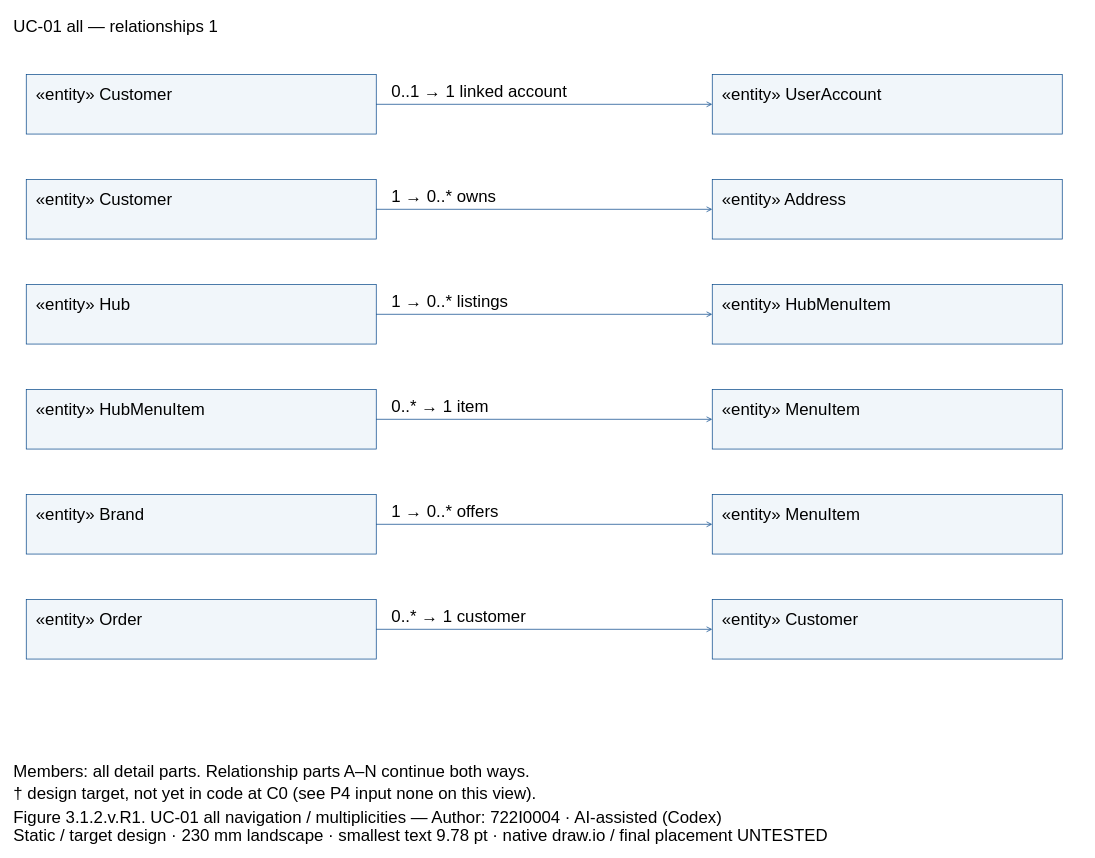
Above: models/UC-01/dcd_uc01_all_links_PartA.drawio in Dat071104/SaigonBite (draw.io), before the change. Source tidied: cells renumbered, new cells numbered last; positions are measured from the earlier drawing's top-left corner, leaving out a move shared by most shapes. Both pictures are drawn from the tidied source at 70%, with x=0, y=0 at pixel (12, 12).
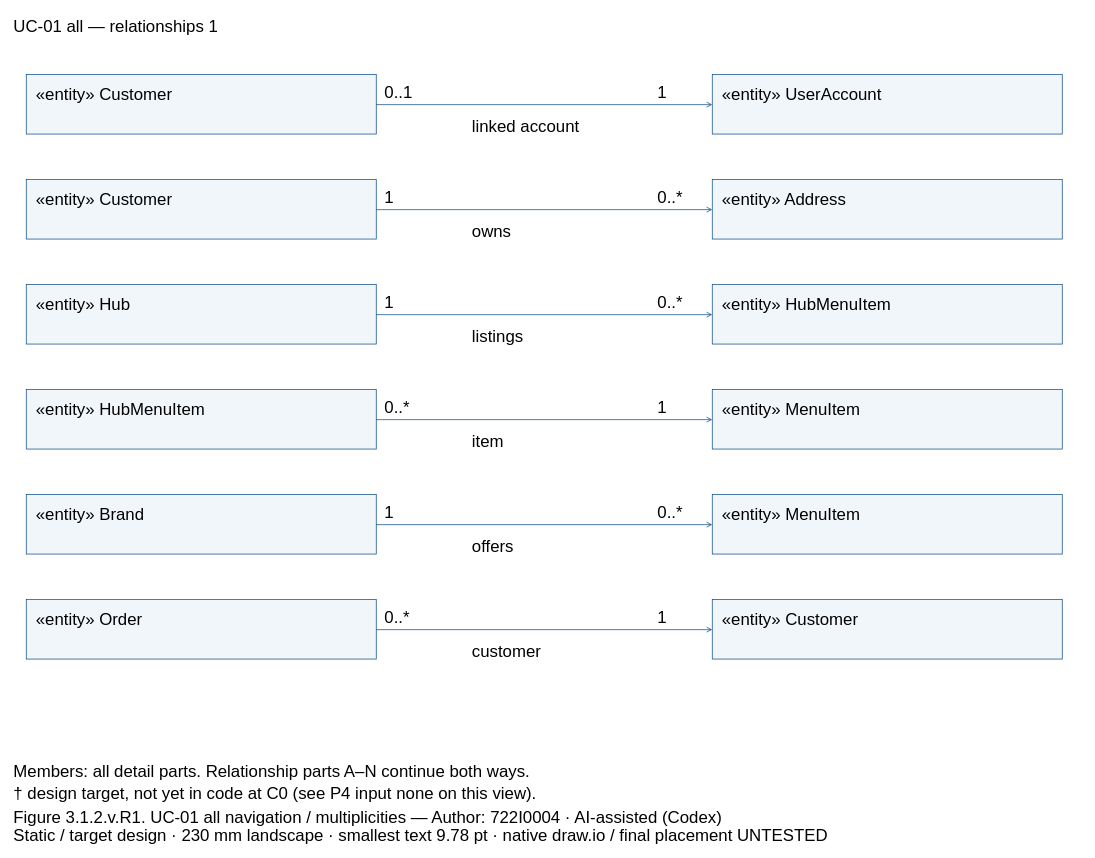
The same page after the edit.

The change refers to these unchanged cells:
```xml
<mxCell id="3" style="fillColor=#F1F6FA;strokeColor=#004387;fontFamily=Arial;fontSize=24;whiteSpace=wrap;html=0;" parent="1" vertex="1">
  <mxGeometry x="20" y="89" width="500" height="85" as="geometry" />
</mxCell>
<mxCell id="5" style="fillColor=#F1F6FA;strokeColor=#004387;fontFamily=Arial;fontSize=24;whiteSpace=wrap;html=0;" parent="1" vertex="1">
  <mxGeometry x="1000" y="89" width="500" height="85" as="geometry" />
</mxCell>
<mxCell id="7" style="fillColor=#F1F6FA;strokeColor=#004387;fontFamily=Arial;fontSize=24;whiteSpace=wrap;html=0;" parent="1" vertex="1">
  <mxGeometry x="20" y="239" width="500" height="85" as="geometry" />
</mxCell>
<mxCell id="9" style="fillColor=#F1F6FA;strokeColor=#004387;fontFamily=Arial;fontSize=24;whiteSpace=wrap;html=0;" parent="1" vertex="1">
  <mxGeometry x="1000" y="239" width="500" height="85" as="geometry" />
</mxCell>
<mxCell id="11" style="fillColor=#F1F6FA;strokeColor=#004387;fontFamily=Arial;fontSize=24;whiteSpace=wrap;html=0;" parent="1" vertex="1">
  <mxGeometry x="20" y="389" width="500" height="85" as="geometry" />
</mxCell>
<mxCell id="13" style="fillColor=#F1F6FA;strokeColor=#004387;fontFamily=Arial;fontSize=24;whiteSpace=wrap;html=0;" parent="1" vertex="1">
  <mxGeometry x="1000" y="389" width="500" height="85" as="geometry" />
</mxCell>
<mxCell id="15" style="fillColor=#F1F6FA;strokeColor=#004387;fontFamily=Arial;fontSize=24;whiteSpace=wrap;html=0;" parent="1" vertex="1">
  <mxGeometry x="20" y="539" width="500" height="85" as="geometry" />
</mxCell>
<mxCell id="17" style="fillColor=#F1F6FA;strokeColor=#004387;fontFamily=Arial;fontSize=24;whiteSpace=wrap;html=0;" parent="1" vertex="1">
  <mxGeometry x="1000" y="539" width="500" height="85" as="geometry" />
</mxCell>
<mxCell id="19" style="fillColor=#F1F6FA;strokeColor=#004387;fontFamily=Arial;fontSize=24;whiteSpace=wrap;html=0;" parent="1" vertex="1">
  <mxGeometry x="20" y="689" width="500" height="85" as="geometry" />
</mxCell>
<mxCell id="21" style="fillColor=#F1F6FA;strokeColor=#004387;fontFamily=Arial;fontSize=24;whiteSpace=wrap;html=0;" parent="1" vertex="1">
  <mxGeometry x="1000" y="689" width="500" height="85" as="geometry" />
</mxCell>
<mxCell id="23" style="fillColor=#F1F6FA;strokeColor=#004387;fontFamily=Arial;fontSize=24;whiteSpace=wrap;html=0;" parent="1" vertex="1">
  <mxGeometry x="20" y="839" width="500" height="85" as="geometry" />
</mxCell>
<mxCell id="25" style="fillColor=#F1F6FA;strokeColor=#004387;fontFamily=Arial;fontSize=24;whiteSpace=wrap;html=0;" parent="1" vertex="1">
  <mxGeometry x="1000" y="839" width="500" height="85" as="geometry" />
</mxCell>
```

Change to the diagram source:
```diff
@@
-    <mxCell id="27" style="edgeStyle=none;endArrow=open;strokeColor=#004387;" parent="1" edge="1" source="3" target="5">
+    <mxCell id="27" style="edgeStyle=none;endArrow=open;endFill=0;strokeColor=#004387;exitX=1.0;exitY=0.5058823529411764;exitPerimeter=0;entryX=0.0;entryY=0.5058823529411764;entryPerimeter=0;" parent="1" edge="1" source="3" target="5">
       <mxGeometry relative="1" as="geometry" />
     </mxCell>
-    <mxCell id="28" value="0..1 → 1 linked account" style="text;align=left;verticalAlign=top;strokeColor=none;fillColor=none;fontFamily=Arial;fontSize=24;whiteSpace=wrap;html=0;" parent="1" vertex="1">
-      <mxGeometry x="540" y="93" width="440" height="27.6" as="geometry" />
-    </mxCell>
+    <mxCell id="43" value="0..1" style="text;align=left;verticalAlign=top;strokeColor=none;fillColor=none;fontFamily=Arial;fontSize=24;whiteSpace=wrap;html=0;" parent="1" vertex="1">
+      <mxGeometry x="530" y="94" width="70" height="27.6" as="geometry" />
+    </mxCell>
+    <mxCell id="44" value="1" style="text;align=left;verticalAlign=top;strokeColor=none;fillColor=none;fontFamily=Arial;fontSize=24;whiteSpace=wrap;html=0;" parent="1" vertex="1">
+      <mxGeometry x="920" y="94" width="70" height="27.6" as="geometry" />
+    </mxCell>
+    <mxCell id="45" value="linked account" style="text;align=left;verticalAlign=top;strokeColor=none;fillColor=none;fontFamily=Arial;fontSize=24;whiteSpace=wrap;html=0;" parent="1" vertex="1">
+      <mxGeometry x="655" y="142" width="330" height="27.6" as="geometry" />
+    </mxCell>
-    <mxCell id="29" style="edgeStyle=none;endArrow=open;strokeColor=#004387;" parent="1" edge="1" source="7" target="9">
+    <mxCell id="29" style="edgeStyle=none;endArrow=open;endFill=0;strokeColor=#004387;exitX=1.0;exitY=0.5058823529411764;exitPerimeter=0;entryX=0.0;entryY=0.5058823529411764;entryPerimeter=0;" parent="1" edge="1" source="7" target="9">
       <mxGeometry relative="1" as="geometry" />
     </mxCell>
-    <mxCell id="30" value="1 → 0..* owns" style="text;align=left;verticalAlign=top;strokeColor=none;fillColor=none;fontFamily=Arial;fontSize=24;whiteSpace=wrap;html=0;" parent="1" vertex="1">
-      <mxGeometry x="540" y="243" width="440" height="27.6" as="geometry" />
-    </mxCell>
+    <mxCell id="46" value="1" style="text;align=left;verticalAlign=top;strokeColor=none;fillColor=none;fontFamily=Arial;fontSize=24;whiteSpace=wrap;html=0;" parent="1" vertex="1">
+      <mxGeometry x="530" y="244" width="70" height="27.6" as="geometry" />
+    </mxCell>
+    <mxCell id="47" value="0..*" style="text;align=left;verticalAlign=top;strokeColor=none;fillColor=none;fontFamily=Arial;fontSize=24;whiteSpace=wrap;html=0;" parent="1" vertex="1">
+      <mxGeometry x="920" y="244" width="70" height="27.6" as="geometry" />
+    </mxCell>
+    <mxCell id="48" value="owns" style="text;align=left;verticalAlign=top;strokeColor=none;fillColor=none;fontFamily=Arial;fontSize=24;whiteSpace=wrap;html=0;" parent="1" vertex="1">
+      <mxGeometry x="655" y="292" width="330" height="27.6" as="geometry" />
+    </mxCell>
-    <mxCell id="31" style="edgeStyle=none;endArrow=open;strokeColor=#004387;" parent="1" edge="1" source="11" target="13">
+    <mxCell id="31" style="edgeStyle=none;endArrow=open;endFill=0;strokeColor=#004387;exitX=1.0;exitY=0.5058823529411764;exitPerimeter=0;entryX=0.0;entryY=0.5058823529411764;entryPerimeter=0;" parent="1" edge="1" source="11" target="13">
       <mxGeometry relative="1" as="geometry" />
     </mxCell>
-    <mxCell id="32" value="1 → 0..* listings" style="text;align=left;verticalAlign=top;strokeColor=none;fillColor=none;fontFamily=Arial;fontSize=24;whiteSpace=wrap;html=0;" parent="1" vertex="1">
-      <mxGeometry x="540" y="393" width="440" height="27.6" as="geometry" />
-    </mxCell>
+    <mxCell id="49" value="1" style="text;align=left;verticalAlign=top;strokeColor=none;fillColor=none;fontFamily=Arial;fontSize=24;whiteSpace=wrap;html=0;" parent="1" vertex="1">
+      <mxGeometry x="530" y="394" width="70" height="27.6" as="geometry" />
+    </mxCell>
+    <mxCell id="50" value="0..*" style="text;align=left;verticalAlign=top;strokeColor=none;fillColor=none;fontFamily=Arial;fontSize=24;whiteSpace=wrap;html=0;" parent="1" vertex="1">
+      <mxGeometry x="920" y="394" width="70" height="27.6" as="geometry" />
+    </mxCell>
+    <mxCell id="51" value="listings" style="text;align=left;verticalAlign=top;strokeColor=none;fillColor=none;fontFamily=Arial;fontSize=24;whiteSpace=wrap;html=0;" parent="1" vertex="1">
+      <mxGeometry x="655" y="442" width="330" height="27.6" as="geometry" />
+    </mxCell>
-    <mxCell id="33" style="edgeStyle=none;endArrow=open;strokeColor=#004387;" parent="1" edge="1" source="15" target="17">
+    <mxCell id="33" style="edgeStyle=none;endArrow=open;endFill=0;strokeColor=#004387;exitX=1.0;exitY=0.5058823529411764;exitPerimeter=0;entryX=0.0;entryY=0.5058823529411764;entryPerimeter=0;" parent="1" edge="1" source="15" target="17">
       <mxGeometry relative="1" as="geometry" />
     </mxCell>
-    <mxCell id="34" value="0..* → 1 item" style="text;align=left;verticalAlign=top;strokeColor=none;fillColor=none;fontFamily=Arial;fontSize=24;whiteSpace=wrap;html=0;" parent="1" vertex="1">
-      <mxGeometry x="540" y="543" width="440" height="27.6" as="geometry" />
-    </mxCell>
+    <mxCell id="52" value="0..*" style="text;align=left;verticalAlign=top;strokeColor=none;fillColor=none;fontFamily=Arial;fontSize=24;whiteSpace=wrap;html=0;" parent="1" vertex="1">
+      <mxGeometry x="530" y="544" width="70" height="27.6" as="geometry" />
+    </mxCell>
+    <mxCell id="53" value="1" style="text;align=left;verticalAlign=top;strokeColor=none;fillColor=none;fontFamily=Arial;fontSize=24;whiteSpace=wrap;html=0;" parent="1" vertex="1">
+      <mxGeometry x="920" y="544" width="70" height="27.6" as="geometry" />
+    </mxCell>
+    <mxCell id="54" value="item" style="text;align=left;verticalAlign=top;strokeColor=none;fillColor=none;fontFamily=Arial;fontSize=24;whiteSpace=wrap;html=0;" parent="1" vertex="1">
+      <mxGeometry x="655" y="592" width="330" height="27.6" as="geometry" />
+    </mxCell>
-    <mxCell id="35" style="edgeStyle=none;endArrow=open;strokeColor=#004387;" parent="1" edge="1" source="19" target="21">
+    <mxCell id="35" style="edgeStyle=none;endArrow=open;endFill=0;strokeColor=#004387;exitX=1.0;exitY=0.5058823529411764;exitPerimeter=0;entryX=0.0;entryY=0.5058823529411764;entryPerimeter=0;" parent="1" edge="1" source="19" target="21">
       <mxGeometry relative="1" as="geometry" />
     </mxCell>
-    <mxCell id="36" value="1 → 0..* offers" style="text;align=left;verticalAlign=top;strokeColor=none;fillColor=none;fontFamily=Arial;fontSize=24;whiteSpace=wrap;html=0;" parent="1" vertex="1">
-      <mxGeometry x="540" y="693" width="440" height="27.6" as="geometry" />
-    </mxCell>
+    <mxCell id="55" value="1" style="text;align=left;verticalAlign=top;strokeColor=none;fillColor=none;fontFamily=Arial;fontSize=24;whiteSpace=wrap;html=0;" parent="1" vertex="1">
+      <mxGeometry x="530" y="694" width="70" height="27.6" as="geometry" />
+    </mxCell>
+    <mxCell id="56" value="0..*" style="text;align=left;verticalAlign=top;strokeColor=none;fillColor=none;fontFamily=Arial;fontSize=24;whiteSpace=wrap;html=0;" parent="1" vertex="1">
+      <mxGeometry x="920" y="694" width="70" height="27.6" as="geometry" />
+    </mxCell>
+    <mxCell id="57" value="offers" style="text;align=left;verticalAlign=top;strokeColor=none;fillColor=none;fontFamily=Arial;fontSize=24;whiteSpace=wrap;html=0;" parent="1" vertex="1">
+      <mxGeometry x="655" y="742" width="330" height="27.6" as="geometry" />
+    </mxCell>
-    <mxCell id="37" style="edgeStyle=none;endArrow=open;strokeColor=#004387;" parent="1" edge="1" source="23" target="25">
+    <mxCell id="37" style="edgeStyle=none;endArrow=open;endFill=0;strokeColor=#004387;exitX=1.0;exitY=0.5058823529411764;exitPerimeter=0;entryX=0.0;entryY=0.5058823529411764;entryPerimeter=0;" parent="1" edge="1" source="23" target="25">
       <mxGeometry relative="1" as="geometry" />
     </mxCell>
-    <mxCell id="38" value="0..* → 1 customer" style="text;align=left;verticalAlign=top;strokeColor=none;fillColor=none;fontFamily=Arial;fontSize=24;whiteSpace=wrap;html=0;" parent="1" vertex="1">
-      <mxGeometry x="540" y="843" width="440" height="27.6" as="geometry" />
-    </mxCell>
+    <mxCell id="58" value="0..*" style="text;align=left;verticalAlign=top;strokeColor=none;fillColor=none;fontFamily=Arial;fontSize=24;whiteSpace=wrap;html=0;" parent="1" vertex="1">
+      <mxGeometry x="530" y="844" width="70" height="27.6" as="geometry" />
+    </mxCell>
+    <mxCell id="59" value="1" style="text;align=left;verticalAlign=top;strokeColor=none;fillColor=none;fontFamily=Arial;fontSize=24;whiteSpace=wrap;html=0;" parent="1" vertex="1">
+      <mxGeometry x="920" y="844" width="70" height="27.6" as="geometry" />
+    </mxCell>
+    <mxCell id="60" value="customer" style="text;align=left;verticalAlign=top;strokeColor=none;fillColor=none;fontFamily=Arial;fontSize=24;whiteSpace=wrap;html=0;" parent="1" vertex="1">
+      <mxGeometry x="655" y="892" width="330" height="27.6" as="geometry" />
+    </mxCell>
```
